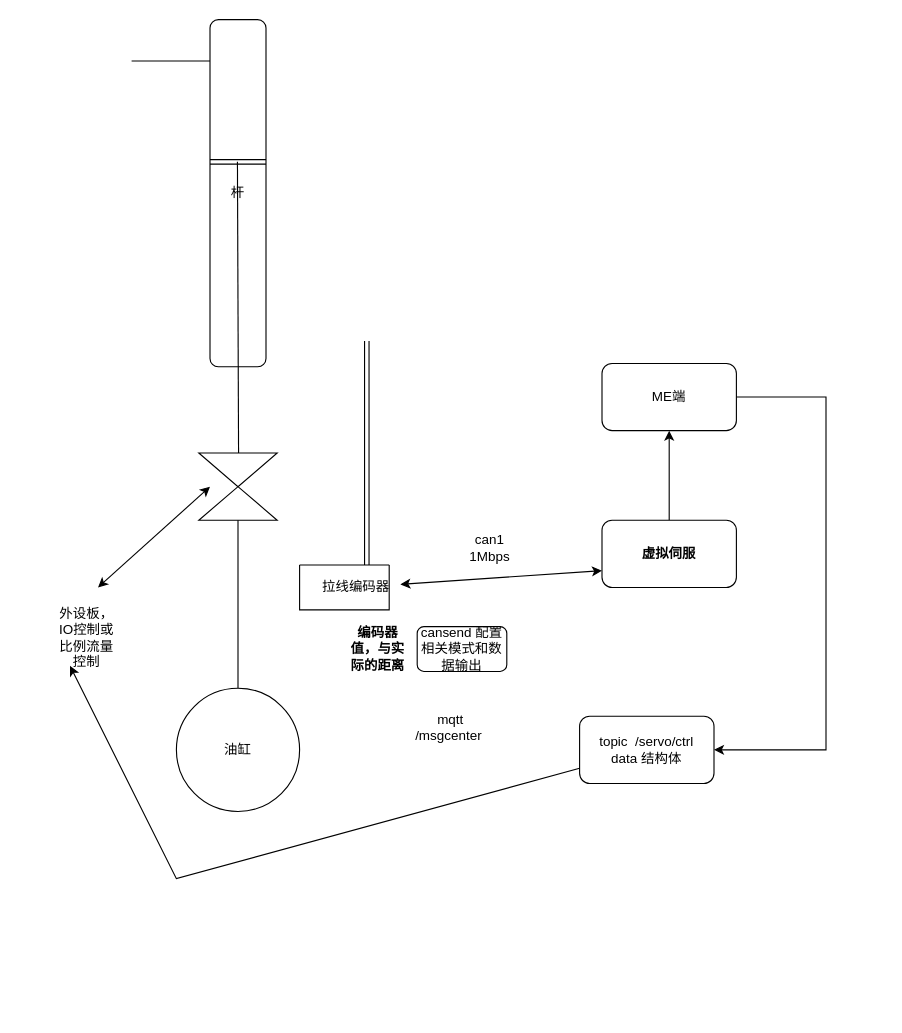
Before: liquidControl.drawio in yyjqr/IMU, a draw.io diagram. Source tidied: cells renumbered, new cells numbered last; positions are measured from the earlier drawing's top-left corner, leaving out a move shared by most shapes. Both pictures are drawn from the tidied source at 112%, with x=0, y=0 at pixel (53, 19).
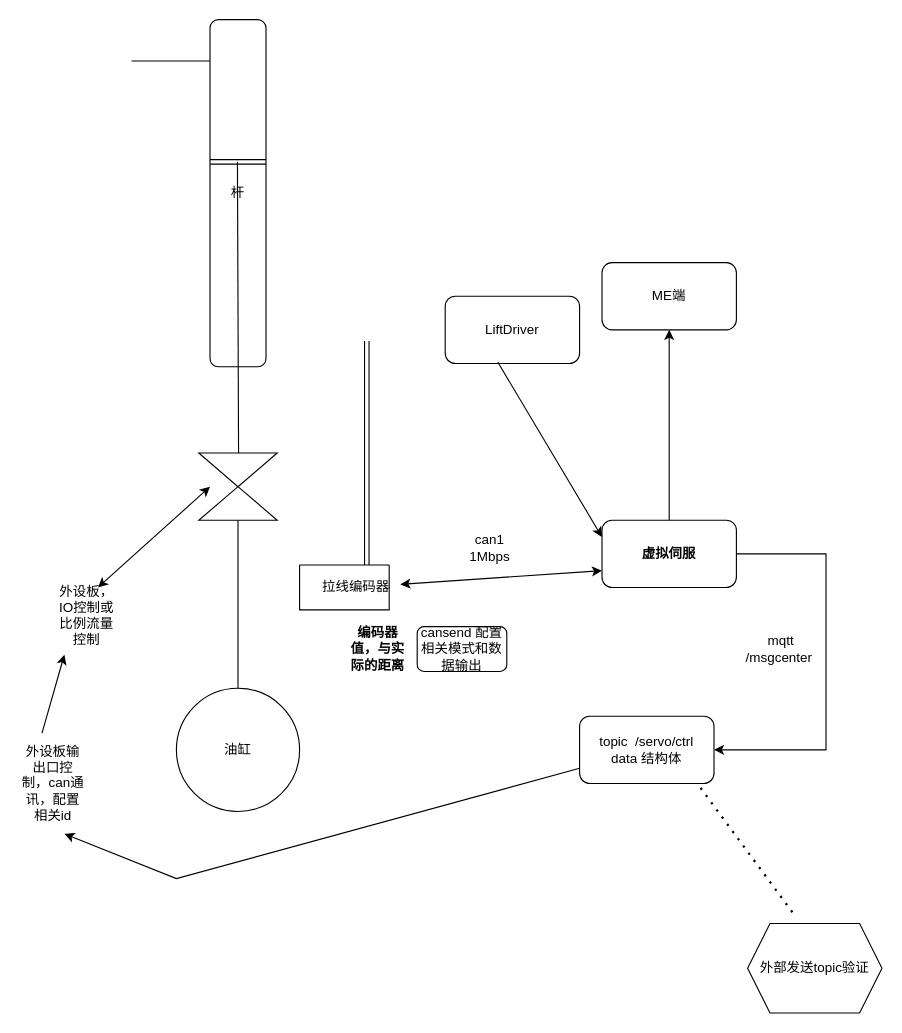
The same page after the edit.

The change refers to these unchanged cells:
```xml
<mxCell id="3" value="&lt;b&gt;虚拟伺服&lt;/b&gt;" style="rounded=1;whiteSpace=wrap;html=1;" parent="1" vertex="1">
  <mxGeometry x="490" y="447" width="120" height="60" as="geometry" />
</mxCell>
<mxCell id="20" value="topic&amp;nbsp; /servo/ctrl&lt;br&gt;data 结构体" style="rounded=1;whiteSpace=wrap;html=1;" parent="1" vertex="1">
  <mxGeometry x="470" y="622" width="120" height="60" as="geometry" />
</mxCell>
```

What changed in the source:
```diff
@@
-    <mxCell id="14" style="edgeStyle=orthogonalEdgeStyle;rounded=0;jettySize=auto;html=1;entryX=1;entryY=0.5;entryDx=0;entryDy=0;" parent="1" edge="1" source="15" target="20">
+    <mxCell id="14" style="edgeStyle=orthogonalEdgeStyle;rounded=0;jettySize=auto;html=1;entryX=1;entryY=0.5;entryDx=0;entryDy=0;exitX=1;exitY=0.5;exitDx=0;exitDy=0;" parent="1" edge="1" source="3" target="20">
       <mxGeometry relative="1" as="geometry">
         <Array as="points">
-          <mxPoint x="690" y="337" />
+          <mxPoint x="690" y="477" />
           <mxPoint x="690" y="652" />
         </Array>
       </mxGeometry>
     </mxCell>
     <mxCell id="15" value="ME端" style="rounded=1;whiteSpace=wrap;html=1;" parent="1" vertex="1">
-      <mxGeometry x="490" y="307" width="120" height="60" as="geometry" />
+      <mxGeometry x="490" y="217" width="120" height="60" as="geometry" />
     </mxCell>
@@
     <mxCell id="17" value="外设板，IO控制或比例流量控制" style="text;html=1;strokeColor=none;fillColor=none;align=center;verticalAlign=middle;whiteSpace=wrap;rounded=0;" parent="1" vertex="1">
-      <mxGeometry y="527" width="60" height="50" as="geometry" />
+      <mxGeometry y="507" width="60" height="50" as="geometry" />
     </mxCell>
@@
     <mxCell id="19" value="mqtt /msgcenter&amp;nbsp;" style="text;html=1;strokeColor=none;fillColor=none;align=center;verticalAlign=middle;whiteSpace=wrap;rounded=0;" parent="1" vertex="1">
-      <mxGeometry x="325" y="617" width="60" height="30" as="geometry" />
+      <mxGeometry x="620" y="547" width="60" height="30" as="geometry" />
     </mxCell>
@@
-    <mxCell id="21" style="endArrow=classic;html=1;rounded=0;entryX=0.25;entryY=1;entryDx=0;entryDy=0;" parent="1" edge="1" source="20" target="17">
+    <mxCell id="21" style="endArrow=classic;html=1;rounded=0;" parent="1" edge="1" source="20">
       <mxGeometry relative="1" as="geometry">
+        <mxPoint x="10" y="727" as="targetPoint" />
         <Array as="points">
           <mxPoint x="110" y="767" />
         </Array>
       </mxGeometry>
     </mxCell>
@@
+    <mxCell id="25" value="外设板输出口控制，can通讯，配置相关id" style="text;html=1;strokeColor=none;fillColor=none;align=center;verticalAlign=middle;whiteSpace=wrap;rounded=0;" parent="1" vertex="1">
+      <mxGeometry x="-30" y="667" width="60" height="30" as="geometry" />
+    </mxCell>
+    <mxCell id="26" style="endArrow=classic;html=1;rounded=0;" parent="1" edge="1">
+      <mxGeometry relative="1" as="geometry">
+        <mxPoint x="-10" y="637" as="sourcePoint" />
+        <mxPoint x="10" y="567" as="targetPoint" />
+      </mxGeometry>
+    </mxCell>
+    <mxCell id="27" value="LiftDriver" style="rounded=1;whiteSpace=wrap;html=1;" parent="1" vertex="1">
+      <mxGeometry x="350" y="247" width="120" height="60" as="geometry" />
+    </mxCell>
+    <mxCell id="28" style="endArrow=classic;html=1;rounded=0;entryX=0;entryY=0.25;entryDx=0;entryDy=0;exitX=0.392;exitY=0.983;exitDx=0;exitDy=0;exitPerimeter=0;" parent="1" edge="1" source="27" target="3">
+      <mxGeometry relative="1" as="geometry" />
+    </mxCell>
+    <mxCell id="29" value="外部发送topic验证" style="shape=hexagon;perimeter=hexagonPerimeter2;whiteSpace=wrap;html=1;fixedSize=1;" parent="1" vertex="1">
+      <mxGeometry x="620" y="807" width="120" height="80" as="geometry" />
+    </mxCell>
+    <mxCell id="30" style="endArrow=none;dashed=1;html=1;dashPattern=1 3;strokeWidth=2;rounded=0;" parent="1" edge="1">
+      <mxGeometry relative="1" as="geometry">
+        <mxPoint x="660" y="797" as="sourcePoint" />
+        <mxPoint x="575" y="682" as="targetPoint" />
+      </mxGeometry>
+    </mxCell>
```
